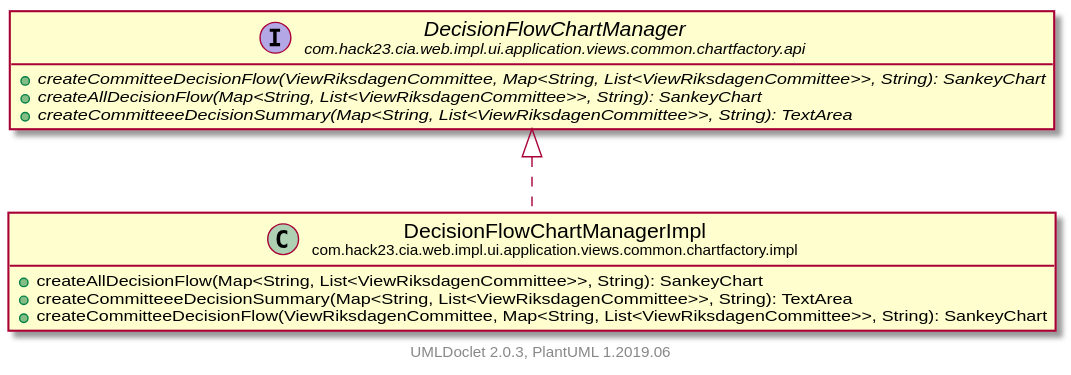
Earlier version of the PlantUML export testapidocs/com/hack23/cia/web/impl/ui/application/views/common/chartfactory/impl/DecisionFlowChartManagerImpl.svg (Hack23/cia). Its diagram source:
```plantuml
@startuml
    set namespaceSeparator none
    hide empty fields
    hide empty methods

    class "<size:14>DecisionFlowChartManagerImpl\n<size:10>com.hack23.cia.web.impl.ui.application.views.common.chartfactory.impl" as com.hack23.cia.web.impl.ui.application.views.common.chartfactory.impl.DecisionFlowChartManagerImpl [[DecisionFlowChartManagerImpl.html]] {
        +createAllDecisionFlow(Map<String, List<ViewRiksdagenCommittee>>, String): SankeyChart
        +createCommitteeeDecisionSummary(Map<String, List<ViewRiksdagenCommittee>>, String): TextArea
        +createCommitteeDecisionFlow(ViewRiksdagenCommittee, Map<String, List<ViewRiksdagenCommittee>>, String): SankeyChart
    }

    interface "<size:14>DecisionFlowChartManager\n<size:10>com.hack23.cia.web.impl.ui.application.views.common.chartfactory.api" as com.hack23.cia.web.impl.ui.application.views.common.chartfactory.api.DecisionFlowChartManager [[../api/DecisionFlowChartManager.html]] {
        {abstract} +createCommitteeDecisionFlow(ViewRiksdagenCommittee, Map<String, List<ViewRiksdagenCommittee>>, String): SankeyChart
        {abstract} +createAllDecisionFlow(Map<String, List<ViewRiksdagenCommittee>>, String): SankeyChart
        {abstract} +createCommitteeeDecisionSummary(Map<String, List<ViewRiksdagenCommittee>>, String): TextArea
    }

    com.hack23.cia.web.impl.ui.application.views.common.chartfactory.api.DecisionFlowChartManager <|.. com.hack23.cia.web.impl.ui.application.views.common.chartfactory.impl.DecisionFlowChartManagerImpl

    center footer UMLDoclet 2.0.3, PlantUML 1.2019.06
@enduml
```
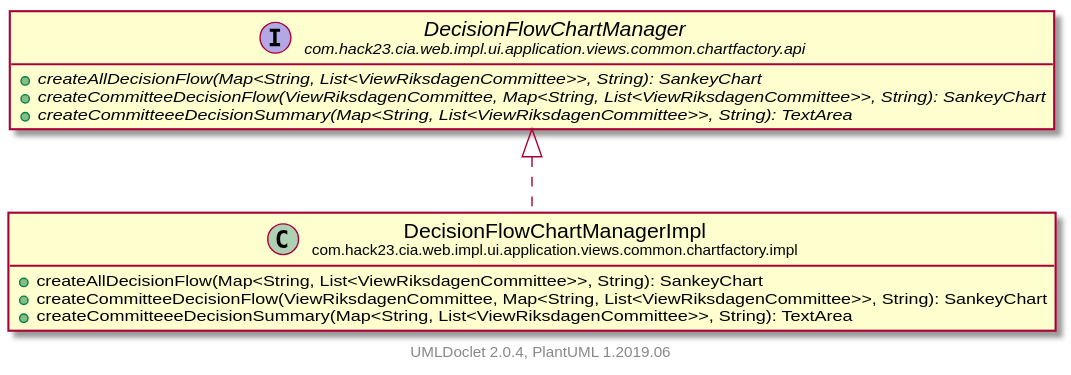
Later version of the same file.

Change to the diagram source:
```diff
@@ -5,17 +5,17 @@
 
     class "<size:14>DecisionFlowChartManagerImpl\n<size:10>com.hack23.cia.web.impl.ui.application.views.common.chartfactory.impl" as com.hack23.cia.web.impl.ui.application.views.common.chartfactory.impl.DecisionFlowChartManagerImpl [[DecisionFlowChartManagerImpl.html]] {
         +createAllDecisionFlow(Map<String, List<ViewRiksdagenCommittee>>, String): SankeyChart
+        +createCommitteeDecisionFlow(ViewRiksdagenCommittee, Map<String, List<ViewRiksdagenCommittee>>, String): SankeyChart
         +createCommitteeeDecisionSummary(Map<String, List<ViewRiksdagenCommittee>>, String): TextArea
-        +createCommitteeDecisionFlow(ViewRiksdagenCommittee, Map<String, List<ViewRiksdagenCommittee>>, String): SankeyChart
     }
 
     interface "<size:14>DecisionFlowChartManager\n<size:10>com.hack23.cia.web.impl.ui.application.views.common.chartfactory.api" as com.hack23.cia.web.impl.ui.application.views.common.chartfactory.api.DecisionFlowChartManager [[../api/DecisionFlowChartManager.html]] {
+        {abstract} +createAllDecisionFlow(Map<String, List<ViewRiksdagenCommittee>>, String): SankeyChart
         {abstract} +createCommitteeDecisionFlow(ViewRiksdagenCommittee, Map<String, List<ViewRiksdagenCommittee>>, String): SankeyChart
-        {abstract} +createAllDecisionFlow(Map<String, List<ViewRiksdagenCommittee>>, String): SankeyChart
         {abstract} +createCommitteeeDecisionSummary(Map<String, List<ViewRiksdagenCommittee>>, String): TextArea
     }
 
     com.hack23.cia.web.impl.ui.application.views.common.chartfactory.api.DecisionFlowChartManager <|.. com.hack23.cia.web.impl.ui.application.views.common.chartfactory.impl.DecisionFlowChartManagerImpl
 
-    center footer UMLDoclet 2.0.3, PlantUML 1.2019.06
+    center footer UMLDoclet 2.0.4, PlantUML 1.2019.06
 @enduml
```
